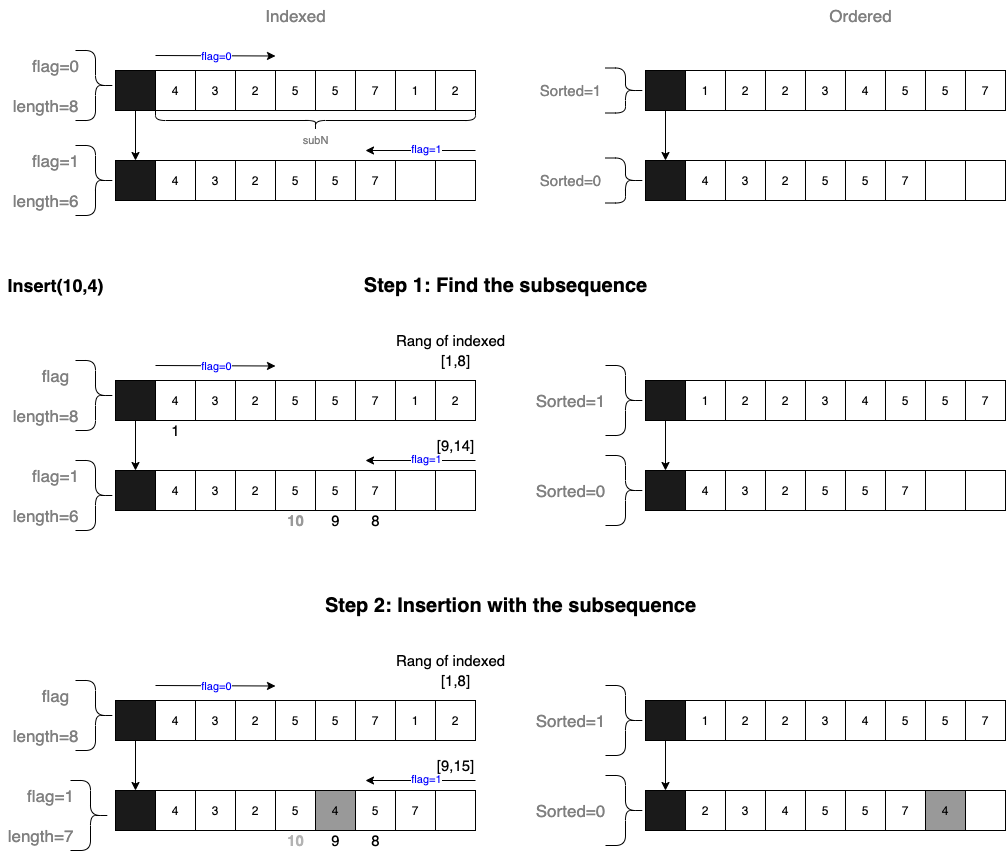
This is img/insert.png from stevengogogo/DSA-KLeastElement, a draw.io export, as it was before one commit. Source tidied: cells renumbered, new cells last; positions are measured from the earlier drawing's top-left corner, leaving out a move shared by most shapes.
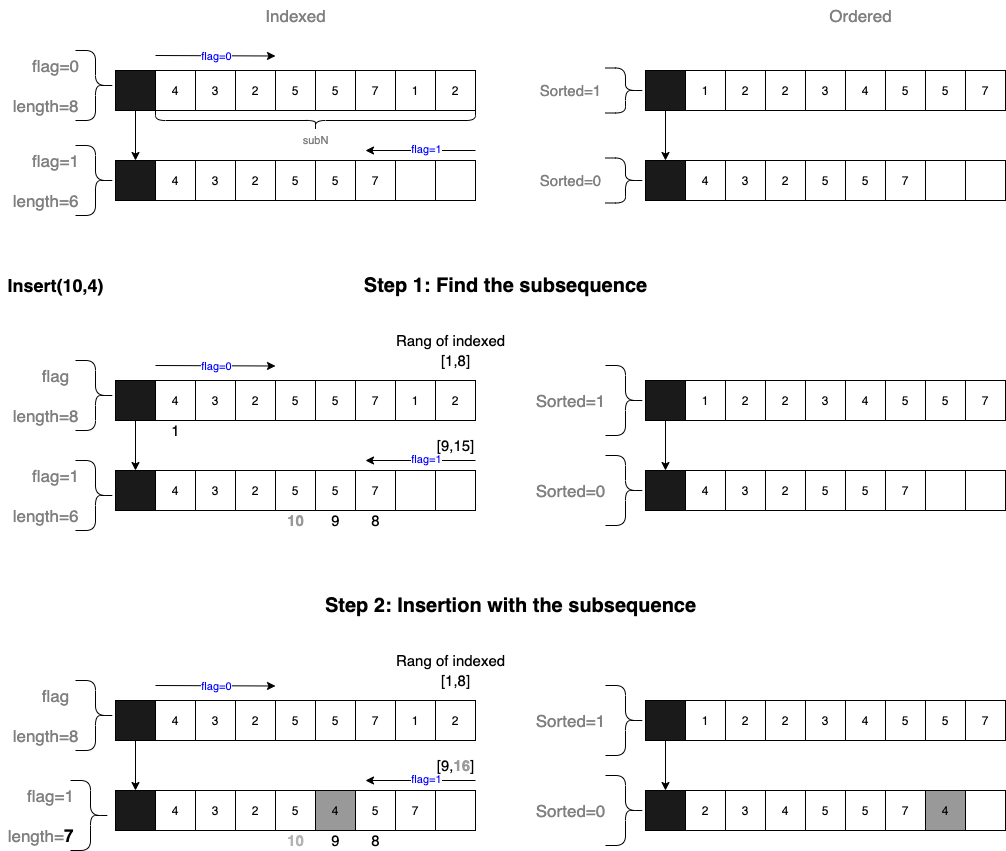
After the commit.

What changed in the source:
```diff
@@ -357,7 +357,7 @@
     <mxCell id="114" value="[1,8]" style="text;html=1;align=center;verticalAlign=middle;strokeColor=none;fontSize=15;" parent="1" vertex="1">
       <mxGeometry x="435" y="390" width="40" height="20" as="geometry" />
     </mxCell>
-    <mxCell id="115" value="[9,14]" style="text;html=1;align=center;verticalAlign=middle;strokeColor=none;fontSize=15;" parent="1" vertex="1">
+    <mxCell id="115" value="[9,15]" style="text;html=1;align=center;verticalAlign=middle;strokeColor=none;fontSize=15;" parent="1" vertex="1">
       <mxGeometry x="430" y="475" width="50" height="20" as="geometry" />
     </mxCell>
     <mxCell id="116" value="Rang of indexed" style="text;html=1;align=center;verticalAlign=middle;strokeColor=none;fontSize=15;" parent="1" vertex="1">
@@ -542,7 +542,7 @@
     <mxCell id="173" value="[1,8]" style="text;html=1;align=center;verticalAlign=middle;strokeColor=none;fontSize=15;" parent="1" vertex="1">
       <mxGeometry x="435" y="710" width="40" height="20" as="geometry" />
     </mxCell>
-    <mxCell id="174" value="[9,15]" style="text;html=1;align=center;verticalAlign=middle;strokeColor=none;fontSize=15;" parent="1" vertex="1">
+    <mxCell id="174" value="[9,&lt;b&gt;&lt;font color=&quot;#999999&quot;&gt;16&lt;/font&gt;&lt;/b&gt;]" style="text;html=1;align=center;verticalAlign=middle;strokeColor=none;fontSize=15;" parent="1" vertex="1">
       <mxGeometry x="430" y="795" width="50" height="20" as="geometry" />
     </mxCell>
     <mxCell id="175" value="Rang of indexed" style="text;html=1;align=center;verticalAlign=middle;strokeColor=none;fontSize=15;" parent="1" vertex="1">
@@ -575,7 +575,7 @@
     <mxCell id="184" value="flag=1" style="text;html=1;align=center;verticalAlign=middle;strokeColor=none;fontSize=17;fontColor=#808080;" parent="1" vertex="1">
       <mxGeometry x="20" y="820" width="60" height="30" as="geometry" />
     </mxCell>
-    <mxCell id="185" value="length=7" style="text;html=1;align=center;verticalAlign=middle;strokeColor=none;fontSize=17;fontColor=#808080;" parent="1" vertex="1">
+    <mxCell id="185" value="length=&lt;b&gt;&lt;font color=&quot;#000000&quot;&gt;7&lt;/font&gt;&lt;/b&gt;" style="text;html=1;align=center;verticalAlign=middle;strokeColor=none;fontSize=17;fontColor=#808080;" parent="1" vertex="1">
       <mxGeometry y="860" width="80" height="30" as="geometry" />
     </mxCell>
   </root>
```
